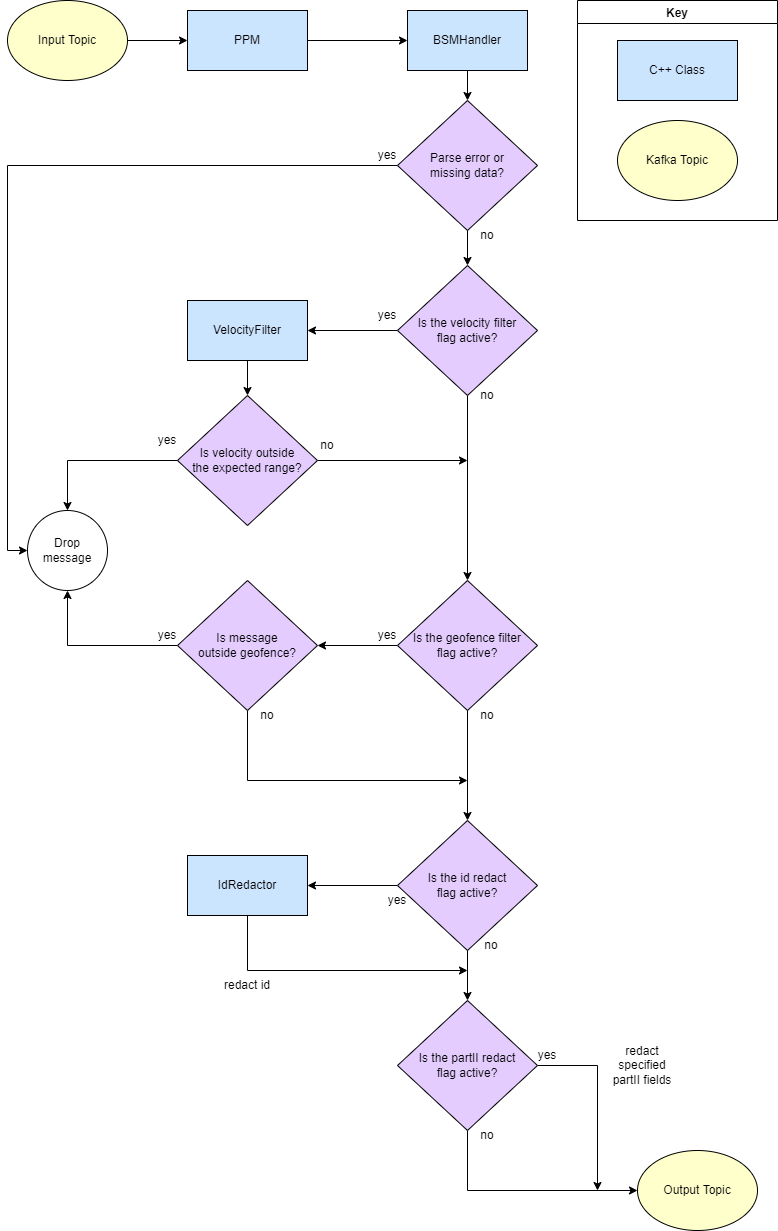
The draw.io diagram docs/diagrams/data-flow/PPM Data Flow.drawio.png in usdot-jpo-ode/jpo-cvdp, before a commit. Source tidied: cells renumbered, new cells last; positions are measured from the earlier drawing's top-left corner, leaving out a move shared by most shapes.
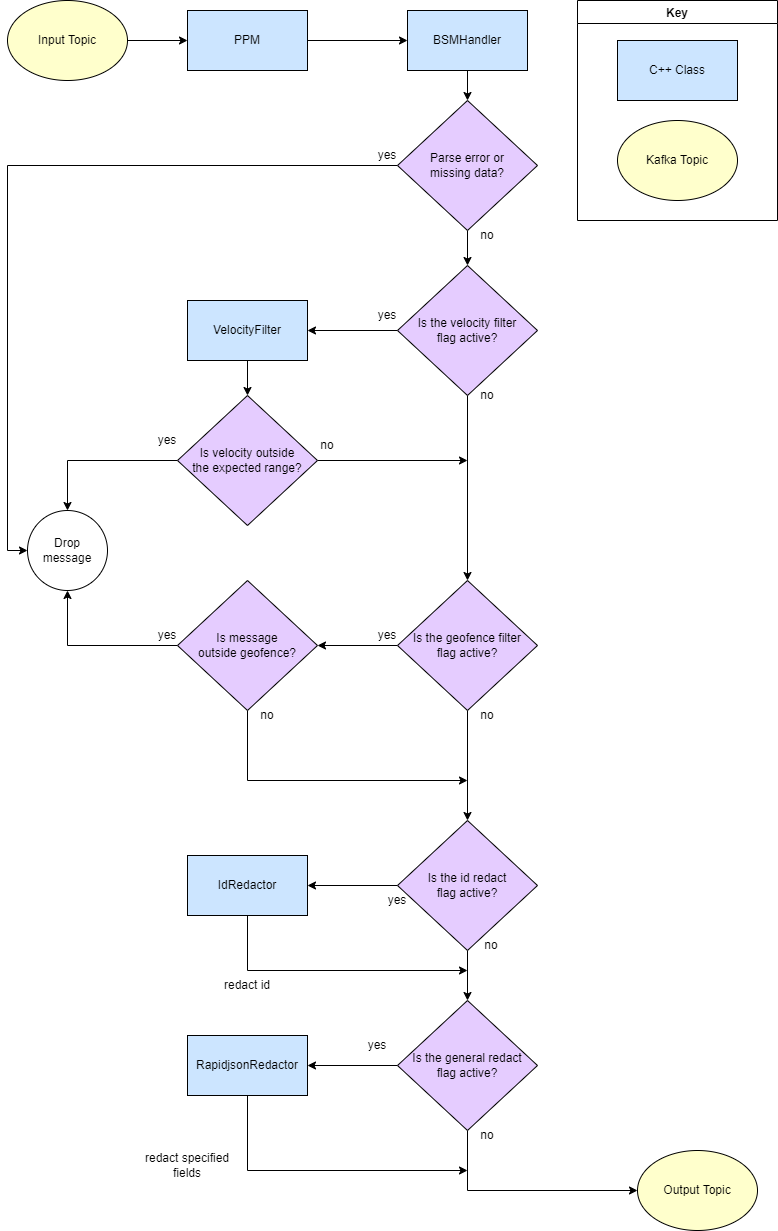
Later version of the same file.

Commit message:
Updated data flow & class usage diagrams to reflect recent changes to the code.

The edit, as a diff of the source:
```diff
@@ -156,29 +156,34 @@
     <mxCell id="48" value="no" style="text;html=1;strokeColor=none;fillColor=none;align=center;verticalAlign=middle;whiteSpace=wrap;rounded=0;" parent="1" vertex="1">
       <mxGeometry x="450" y="220" width="60" height="30" as="geometry" />
     </mxCell>
-    <mxCell id="49" style="edgeStyle=orthogonalEdgeStyle;rounded=0;jettySize=auto;html=1;" parent="1" edge="1" source="51">
-      <mxGeometry relative="1" as="geometry">
-        <mxPoint x="590" y="1190" as="targetPoint" />
-        <Array as="points">
-          <mxPoint x="590" y="1065" />
-          <mxPoint x="590" y="1190" />
-        </Array>
-      </mxGeometry>
-    </mxCell>
     <mxCell id="50" style="edgeStyle=orthogonalEdgeStyle;rounded=0;jettySize=auto;html=1;entryX=0;entryY=0.5;entryDx=0;entryDy=0;exitX=0.5;exitY=1;exitDx=0;exitDy=0;" parent="1" edge="1" source="51" target="8">
       <mxGeometry relative="1" as="geometry" />
     </mxCell>
+    <mxCell id="55" style="edgeStyle=orthogonalEdgeStyle;rounded=0;jettySize=auto;html=1;" parent="1" edge="1" source="51" target="57">
+      <mxGeometry relative="1" as="geometry" />
+    </mxCell>
-    <mxCell id="51" value="Is the partII redact&lt;br&gt;flag active?" style="rhombus;whiteSpace=wrap;html=1;fillColor=#E5CCFF;" parent="1" vertex="1">
+    <mxCell id="51" value="Is the general redact&lt;br&gt;flag active?" style="rhombus;whiteSpace=wrap;html=1;fillColor=#E5CCFF;" parent="1" vertex="1">
       <mxGeometry x="390" y="1000" width="140" height="130" as="geometry" />
     </mxCell>
-    <mxCell id="52" value="redact specified partII fields" style="text;html=1;strokeColor=none;fillColor=none;align=center;verticalAlign=middle;whiteSpace=wrap;rounded=0;" parent="1" vertex="1">
-      <mxGeometry x="600" y="1050" width="70" height="30" as="geometry" />
+    <mxCell id="52" value="redact specified fields" style="text;html=1;strokeColor=none;fillColor=none;align=center;verticalAlign=middle;whiteSpace=wrap;rounded=0;" parent="1" vertex="1">
+      <mxGeometry x="130" y="1150" width="100" height="30" as="geometry" />
     </mxCell>
     <mxCell id="53" value="no" style="text;html=1;strokeColor=none;fillColor=none;align=center;verticalAlign=middle;whiteSpace=wrap;rounded=0;" parent="1" vertex="1">
       <mxGeometry x="450" y="1120" width="60" height="30" as="geometry" />
     </mxCell>
     <mxCell id="54" value="yes" style="text;html=1;strokeColor=none;fillColor=none;align=center;verticalAlign=middle;whiteSpace=wrap;rounded=0;" parent="1" vertex="1">
-      <mxGeometry x="510" y="1040" width="60" height="30" as="geometry" />
+      <mxGeometry x="340" y="1030" width="60" height="30" as="geometry" />
     </mxCell>
+    <mxCell id="56" style="edgeStyle=orthogonalEdgeStyle;rounded=0;jettySize=auto;html=1;" parent="1" edge="1" source="57">
+      <mxGeometry relative="1" as="geometry">
+        <mxPoint x="460" y="1170" as="targetPoint" />
+        <Array as="points">
+          <mxPoint x="240" y="1170" />
+        </Array>
+      </mxGeometry>
+    </mxCell>
+    <mxCell id="57" value="RapidjsonRedactor" style="rounded=0;whiteSpace=wrap;html=1;fillColor=#CCE5FF;" parent="1" vertex="1">
+      <mxGeometry x="180" y="1035" width="120" height="60" as="geometry" />
+    </mxCell>
   </root>
 </mxGraphModel>
```
